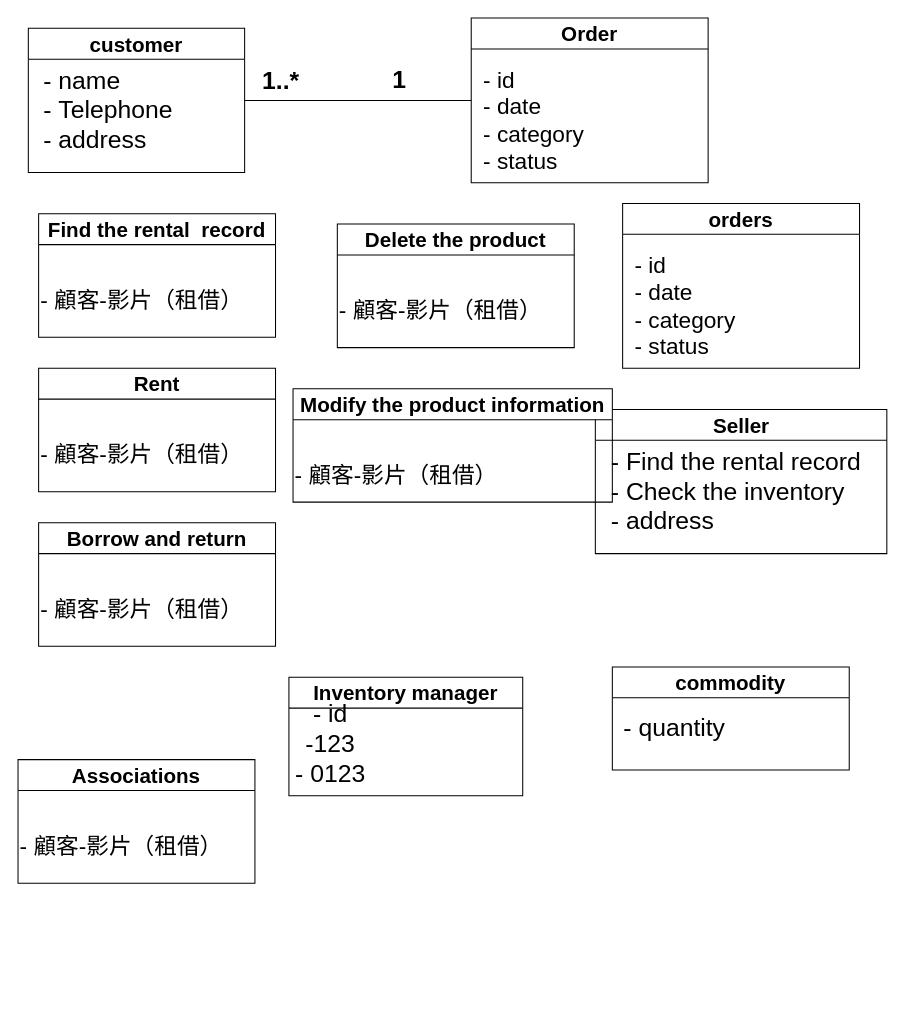
Before: page "第1頁" (1 of 2) of answer.drawio in as37470317/112-2Finalproject, a draw.io diagram. Source tidied: cells renumbered, new cells numbered last; positions are measured from the earlier drawing's top-left corner, leaving out a move shared by most shapes. Both pictures are drawn from the tidied source at 103%, with x=0, y=0 at pixel (18, 18).
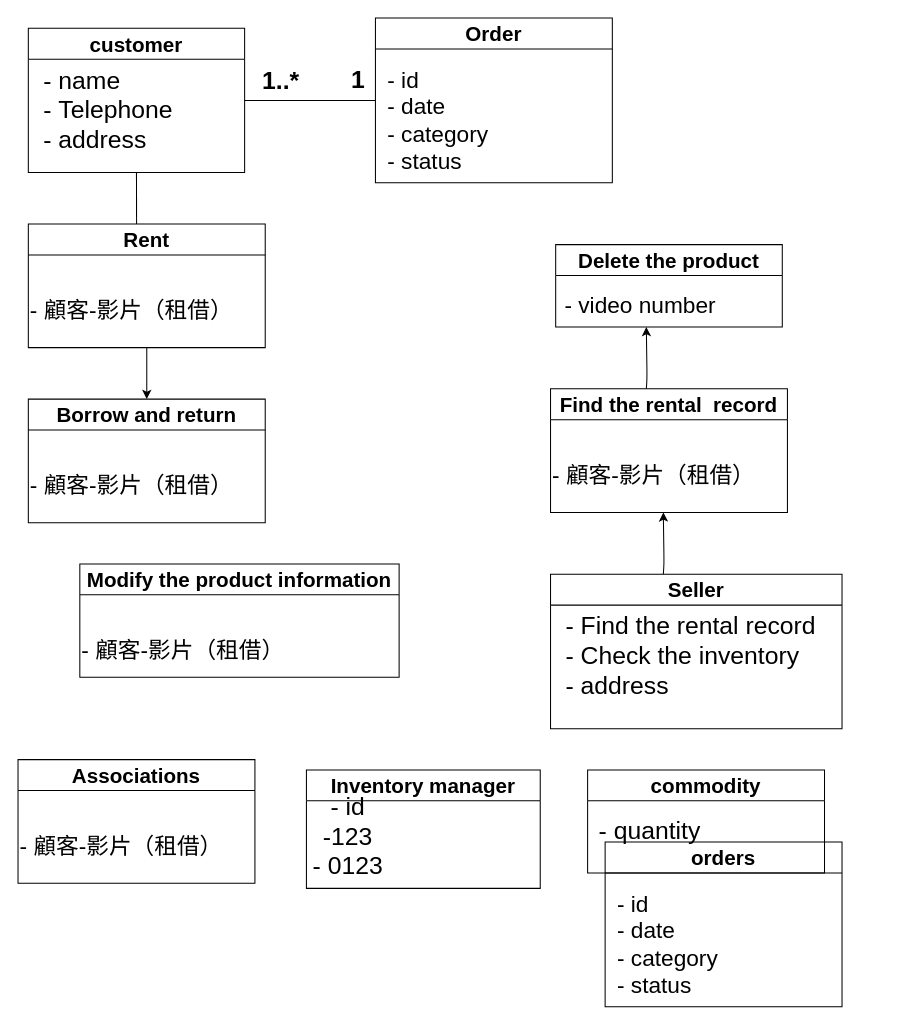
After the change.

Commit message:
初步類別圖畫線中

Unchanged cells that the change refers to:
```xml
<mxCell id="9" value="&lt;font style=&quot;font-size: 20px;&quot;&gt;customer&lt;/font&gt;" style="swimlane;whiteSpace=wrap;html=1;startSize=30;" parent="1" vertex="1">
  <mxGeometry x="10" y="10" width="210" height="140" as="geometry" />
</mxCell>
```

The edit, as a diff of the source:
```diff
@@
     <mxCell id="2" value="&lt;font style=&quot;font-size: 20px;&quot;&gt;orders&lt;/font&gt;" style="swimlane;whiteSpace=wrap;html=1;startSize=30;" parent="1" vertex="1">
-      <mxGeometry x="587" y="180" width="230" height="160" as="geometry" />
+      <mxGeometry x="570" y="800" width="230" height="160" as="geometry" />
     </mxCell>
@@
     <mxCell id="6" value="&lt;font style=&quot;font-size: 20px;&quot;&gt;commodity&lt;/font&gt;" style="swimlane;whiteSpace=wrap;html=1;startSize=30;" parent="1" vertex="1">
-      <mxGeometry x="577" y="630" width="230" height="100" as="geometry" />
+      <mxGeometry x="553" y="730" width="230" height="100" as="geometry" />
     </mxCell>
@@
+    <mxCell id="29" style="edgeStyle=none;html=1;exitX=0.5;exitY=1;exitDx=0;exitDy=0;entryX=0.457;entryY=0.083;entryDx=0;entryDy=0;entryPerimeter=0;" parent="1" edge="1" source="9" target="21">
+      <mxGeometry relative="1" as="geometry" />
+    </mxCell>
@@
     <mxCell id="11" value="&lt;font style=&quot;font-size: 20px;&quot;&gt;Inventory manager&lt;/font&gt;" style="swimlane;whiteSpace=wrap;html=1;startSize=30;" parent="1" vertex="1">
-      <mxGeometry x="263" y="640" width="227" height="115" as="geometry" />
+      <mxGeometry x="280" y="730" width="227" height="115" as="geometry" />
     </mxCell>
@@
     <mxCell id="14" value="1" style="text;strokeColor=none;fillColor=none;html=1;fontSize=24;fontStyle=1;verticalAlign=middle;align=center;" parent="1" vertex="1">
-      <mxGeometry x="320" y="40" width="100" height="40" as="geometry" />
+      <mxGeometry x="280" y="40" width="100" height="40" as="geometry" />
     </mxCell>
     <mxCell id="15" value="&lt;font style=&quot;font-size: 20px;&quot;&gt;Order&lt;/font&gt;" style="swimlane;whiteSpace=wrap;html=1;startSize=30;" parent="1" vertex="1">
-      <mxGeometry x="440" width="230" height="160" as="geometry" />
+      <mxGeometry x="347" width="230" height="160" as="geometry" />
     </mxCell>
@@
     <mxCell id="17" value="&lt;span style=&quot;font-size: 20px;&quot;&gt;Seller&lt;/span&gt;" style="swimlane;whiteSpace=wrap;html=1;startSize=30;" parent="1" vertex="1">
-      <mxGeometry x="560.5" y="380" width="283" height="140" as="geometry" />
+      <mxGeometry x="517" y="540" width="283" height="150" as="geometry" />
     </mxCell>
@@
     <mxCell id="19" value="&lt;span style=&quot;font-size: 20px;&quot;&gt;Find the rental&amp;nbsp; record&lt;/span&gt;" style="swimlane;whiteSpace=wrap;html=1;startSize=30;" parent="1" vertex="1">
-      <mxGeometry x="20" y="190" width="230" height="120" as="geometry" />
+      <mxGeometry x="517" y="360" width="230" height="120" as="geometry" />
     </mxCell>
@@
+    <mxCell id="30" style="edgeStyle=none;html=1;exitX=0.5;exitY=1;exitDx=0;exitDy=0;entryX=0.5;entryY=0;entryDx=0;entryDy=0;" parent="1" edge="1" source="21" target="23">
+      <mxGeometry relative="1" as="geometry" />
+    </mxCell>
     <mxCell id="21" value="&lt;span style=&quot;font-size: 20px;&quot;&gt;Rent&lt;/span&gt;" style="swimlane;whiteSpace=wrap;html=1;startSize=30;" parent="1" vertex="1">
-      <mxGeometry x="20" y="340" width="230" height="120" as="geometry" />
+      <mxGeometry x="10" y="200" width="230" height="120" as="geometry" />
     </mxCell>
@@
     <mxCell id="23" value="&lt;span style=&quot;font-size: 20px;&quot;&gt;Borrow and return&lt;/span&gt;" style="swimlane;whiteSpace=wrap;html=1;startSize=30;" parent="1" vertex="1">
-      <mxGeometry x="20" y="490" width="230" height="120" as="geometry" />
+      <mxGeometry x="10" y="370" width="230" height="120" as="geometry" />
     </mxCell>
@@
     <mxCell id="25" value="&lt;span style=&quot;font-size: 20px;&quot;&gt;Delete the product&lt;/span&gt;" style="swimlane;whiteSpace=wrap;html=1;startSize=30;" parent="1" vertex="1">
-      <mxGeometry x="310" y="200" width="230" height="120" as="geometry" />
+      <mxGeometry x="522" y="220" width="220" height="80" as="geometry" />
     </mxCell>
-    <mxCell id="26" value="&lt;font style=&quot;font-size: 22px;&quot;&gt; - 顧客-影片（租借）&lt;br&gt;&lt;/font&gt;" style="text;html=1;align=left;verticalAlign=middle;strokeColor=none;fillColor=none;" parent="25" vertex="1">
-      <mxGeometry y="65" width="220" height="40" as="geometry" />
+    <mxCell id="26" value="&lt;font style=&quot;font-size: 22px;&quot;&gt; - video number&lt;br&gt;&lt;/font&gt;" style="text;html=1;align=left;verticalAlign=middle;strokeColor=none;fillColor=none;" parent="25" vertex="1">
+      <mxGeometry x="7" y="40" width="170" height="40" as="geometry" />
     </mxCell>
     <mxCell id="27" value="&lt;span style=&quot;font-size: 20px;&quot;&gt;Modify the product information&lt;/span&gt;" style="swimlane;whiteSpace=wrap;html=1;startSize=30;" parent="1" vertex="1">
-      <mxGeometry x="267" y="360" width="310" height="110" as="geometry" />
+      <mxGeometry x="60" y="530" width="310" height="110" as="geometry" />
     </mxCell>
@@
+    <mxCell id="31" style="edgeStyle=none;html=1;" parent="1" edge="1">
+      <mxGeometry relative="1" as="geometry">
+        <mxPoint x="626.5" y="540" as="sourcePoint" />
+        <mxPoint x="626.5" y="480" as="targetPoint" />
+        <Array as="points">
+          <mxPoint x="627.2" y="530" />
+        </Array>
+      </mxGeometry>
+    </mxCell>
+    <mxCell id="32" style="edgeStyle=none;html=1;" parent="1" edge="1">
+      <mxGeometry relative="1" as="geometry">
+        <mxPoint x="610" y="360" as="sourcePoint" />
+        <mxPoint x="610" y="300" as="targetPoint" />
+        <Array as="points">
+          <mxPoint x="610.7" y="350" />
+        </Array>
+      </mxGeometry>
+    </mxCell>
```
